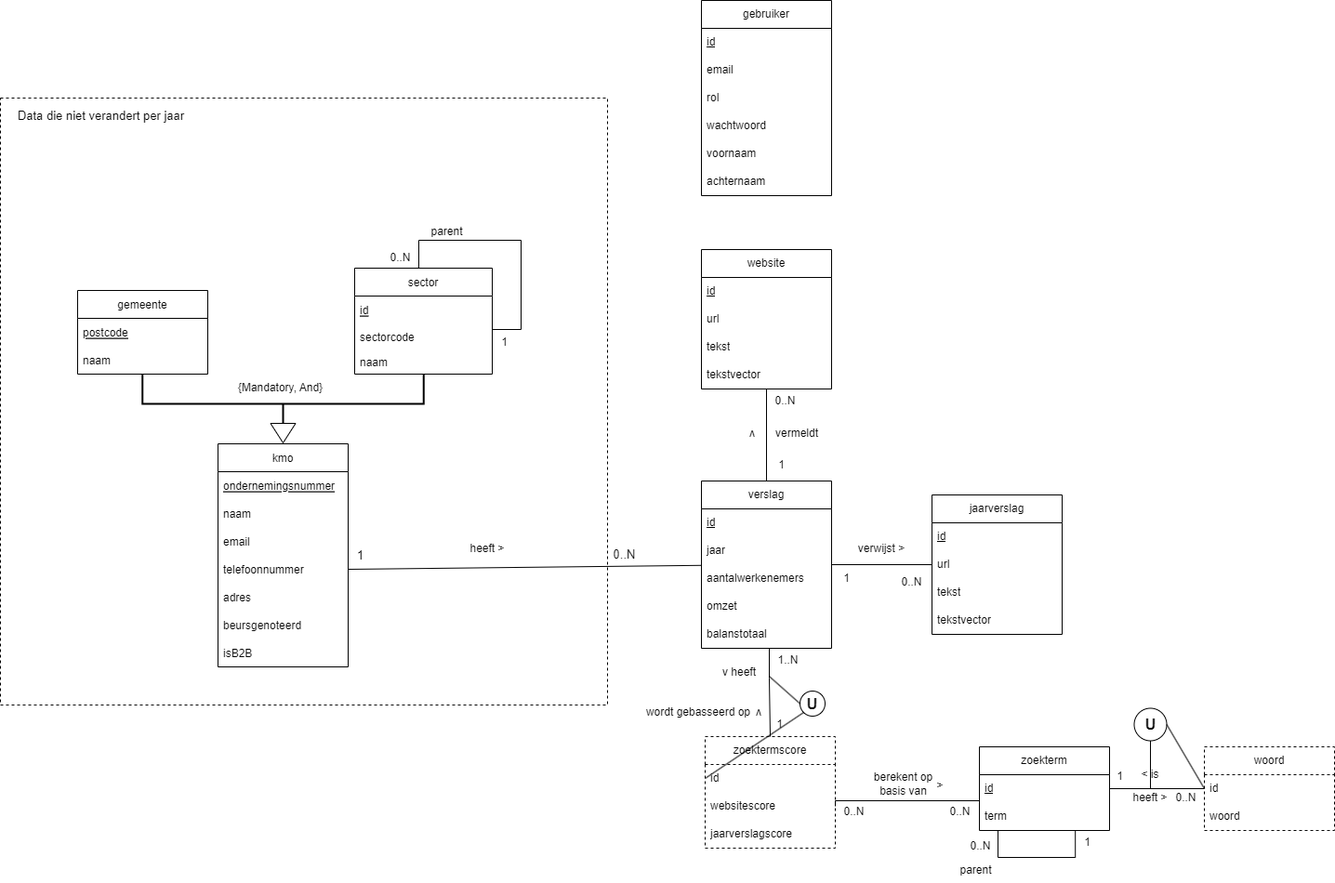
Above: Analyse/EERD/EERD - Data Engineering Project 2.png in SiebeVCHoGent/DataEngineeringP2 (draw.io), before the change. Source tidied: cells renumbered, new cells last; positions are measured from the earlier drawing's top-left corner, leaving out a move shared by most shapes.
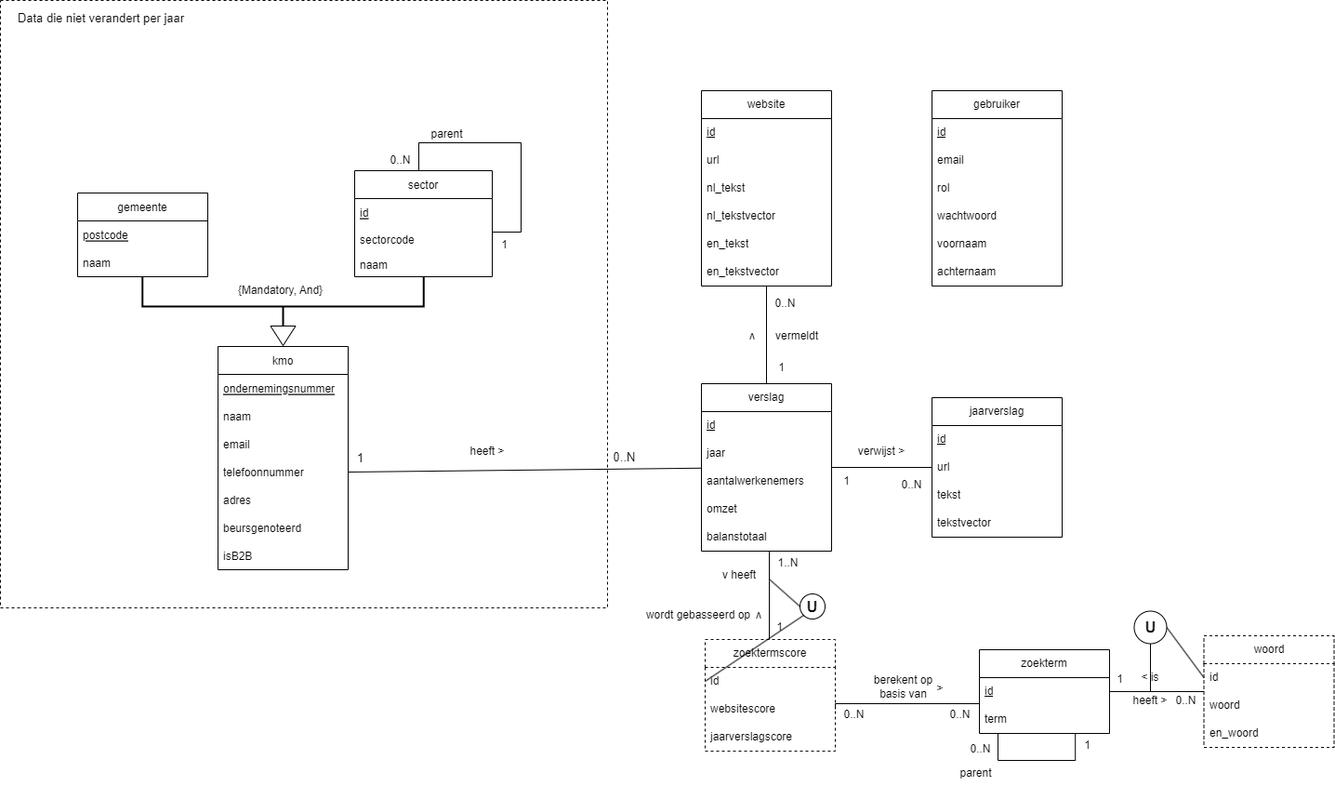
The same file after the commit.

Commit message:
eerd small adjustment language

The edit, as a diff of the source:
```diff
@@ -120,7 +120,7 @@
       <mxGeometry relative="1" as="geometry" />
     </mxCell>
     <mxCell id="39" value="website" style="swimlane;fontStyle=0;horizontal=1;startSize=30;whiteSpace=wrap;html=1;" parent="1" vertex="1">
-      <mxGeometry x="754" y="268" width="140" height="150" as="geometry" />
+      <mxGeometry x="754" y="202" width="140" height="210" as="geometry" />
     </mxCell>
     <mxCell id="40" value="&lt;u style=&quot;&quot;&gt;id&lt;/u&gt;" style="text;strokeColor=none;fillColor=none;align=left;verticalAlign=middle;spacingLeft=4;spacingRight=4;overflow=hidden;whiteSpace=wrap;html=1;" parent="39" vertex="1">
       <mxGeometry y="30" width="140" height="30" as="geometry" />
@@ -128,12 +128,18 @@
     <mxCell id="41" value="url" style="text;strokeColor=none;fillColor=none;align=left;verticalAlign=middle;spacingLeft=4;spacingRight=4;overflow=hidden;whiteSpace=wrap;html=1;" parent="39" vertex="1">
       <mxGeometry y="60" width="140" height="30" as="geometry" />
     </mxCell>
-    <mxCell id="42" value="tekst" style="text;strokeColor=none;fillColor=none;align=left;verticalAlign=middle;spacingLeft=4;spacingRight=4;overflow=hidden;whiteSpace=wrap;html=1;" parent="39" vertex="1">
+    <mxCell id="42" value="nl_tekst" style="text;strokeColor=none;fillColor=none;align=left;verticalAlign=middle;spacingLeft=4;spacingRight=4;overflow=hidden;whiteSpace=wrap;html=1;" parent="39" vertex="1">
       <mxGeometry y="90" width="140" height="30" as="geometry" />
     </mxCell>
-    <mxCell id="43" value="tekstvector" style="text;strokeColor=none;fillColor=none;align=left;verticalAlign=middle;spacingLeft=4;spacingRight=4;overflow=hidden;whiteSpace=wrap;html=1;" parent="39" vertex="1">
+    <mxCell id="43" value="nl_tekstvector" style="text;strokeColor=none;fillColor=none;align=left;verticalAlign=middle;spacingLeft=4;spacingRight=4;overflow=hidden;whiteSpace=wrap;html=1;" parent="39" vertex="1">
       <mxGeometry y="120" width="140" height="30" as="geometry" />
     </mxCell>
+    <mxCell id="100" value="en_tekst" style="text;strokeColor=none;fillColor=none;align=left;verticalAlign=middle;spacingLeft=4;spacingRight=4;overflow=hidden;whiteSpace=wrap;html=1;" parent="39" vertex="1">
+      <mxGeometry y="150" width="140" height="30" as="geometry" />
+    </mxCell>
+    <mxCell id="101" value="en_tekstvector" style="text;strokeColor=none;fillColor=none;align=left;verticalAlign=middle;spacingLeft=4;spacingRight=4;overflow=hidden;whiteSpace=wrap;html=1;" parent="39" vertex="1">
+      <mxGeometry y="180" width="140" height="30" as="geometry" />
+    </mxCell>
     <mxCell id="44" value="0..N" style="text;html=1;align=center;verticalAlign=middle;strokeColor=none;fillColor=none;" parent="1" vertex="1">
       <mxGeometry x="824" y="418" width="40" height="26" as="geometry" />
     </mxCell>
@@ -176,7 +182,7 @@
       <mxGeometry relative="1" as="geometry" />
     </mxCell>
     <mxCell id="56" value="woord" style="swimlane;fontStyle=0;horizontal=1;startSize=30;whiteSpace=wrap;html=1;dashed=1;" parent="1" vertex="1">
-      <mxGeometry x="1295" y="803" width="140" height="90" as="geometry" />
+      <mxGeometry x="1294.5" y="788" width="140" height="120" as="geometry" />
     </mxCell>
     <mxCell id="57" value="&lt;span style=&quot;&quot;&gt;id&lt;/span&gt;" style="text;strokeColor=none;fillColor=none;align=left;verticalAlign=middle;spacingLeft=4;spacingRight=4;overflow=hidden;points=[[0,0.5],[1,0.5]];portConstraint=eastwest;whiteSpace=wrap;html=1;fontStyle=0;" parent="56" vertex="1">
       <mxGeometry y="30" width="140" height="30" as="geometry" />
@@ -184,6 +190,9 @@
     <mxCell id="58" value="woord" style="text;strokeColor=none;fillColor=none;align=left;verticalAlign=middle;spacingLeft=4;spacingRight=4;overflow=hidden;whiteSpace=wrap;html=1;" parent="56" vertex="1">
       <mxGeometry y="60" width="140" height="30" as="geometry" />
     </mxCell>
+    <mxCell id="102" value="en_woord" style="text;strokeColor=none;fillColor=none;align=left;verticalAlign=middle;spacingLeft=4;spacingRight=4;overflow=hidden;whiteSpace=wrap;html=1;" parent="56" vertex="1">
+      <mxGeometry y="90" width="140" height="30" as="geometry" />
+    </mxCell>
     <mxCell id="59" value="1" style="text;html=1;align=center;verticalAlign=middle;strokeColor=none;fillColor=none;" parent="1" vertex="1">
       <mxGeometry x="1191" y="822" width="25" height="26" as="geometry" />
     </mxCell>
@@ -239,7 +248,7 @@
       <mxGeometry x="241" y="402" width="120.6" height="30" as="geometry" />
     </mxCell>
     <mxCell id="74" value="gebruiker" style="swimlane;fontStyle=0;horizontal=1;startSize=30;whiteSpace=wrap;html=1;" parent="1" vertex="1">
-      <mxGeometry x="754" width="140" height="210" as="geometry" />
+      <mxGeometry x="1002" y="202" width="140" height="210" as="geometry" />
     </mxCell>
     <mxCell id="75" value="&lt;u style=&quot;&quot;&gt;id&lt;/u&gt;" style="text;strokeColor=none;fillColor=none;align=left;verticalAlign=middle;spacingLeft=4;spacingRight=4;overflow=hidden;whiteSpace=wrap;html=1;" parent="74" vertex="1">
       <mxGeometry y="30" width="140" height="30" as="geometry" />
```
